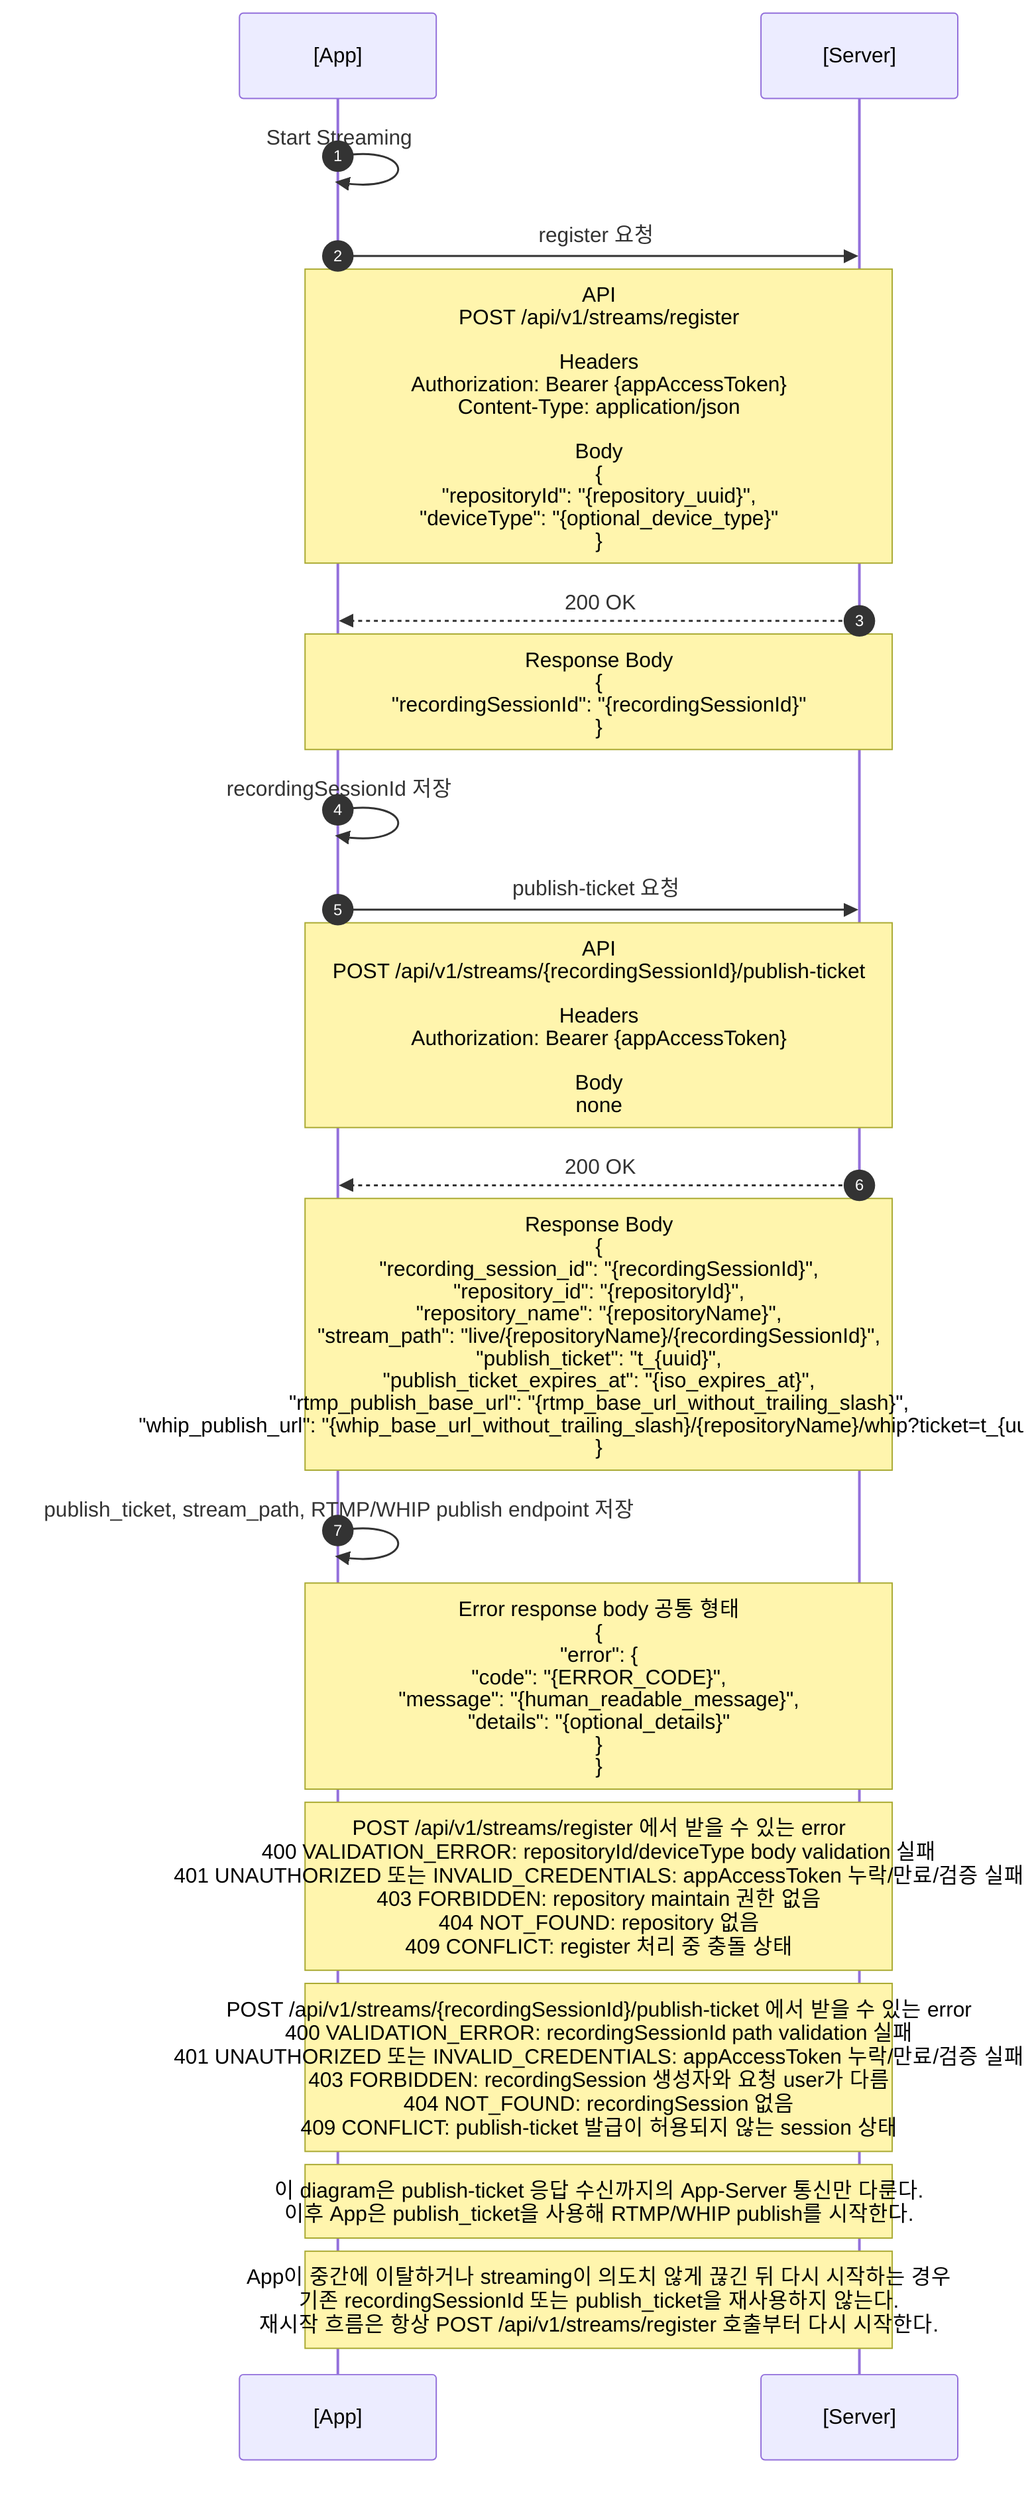
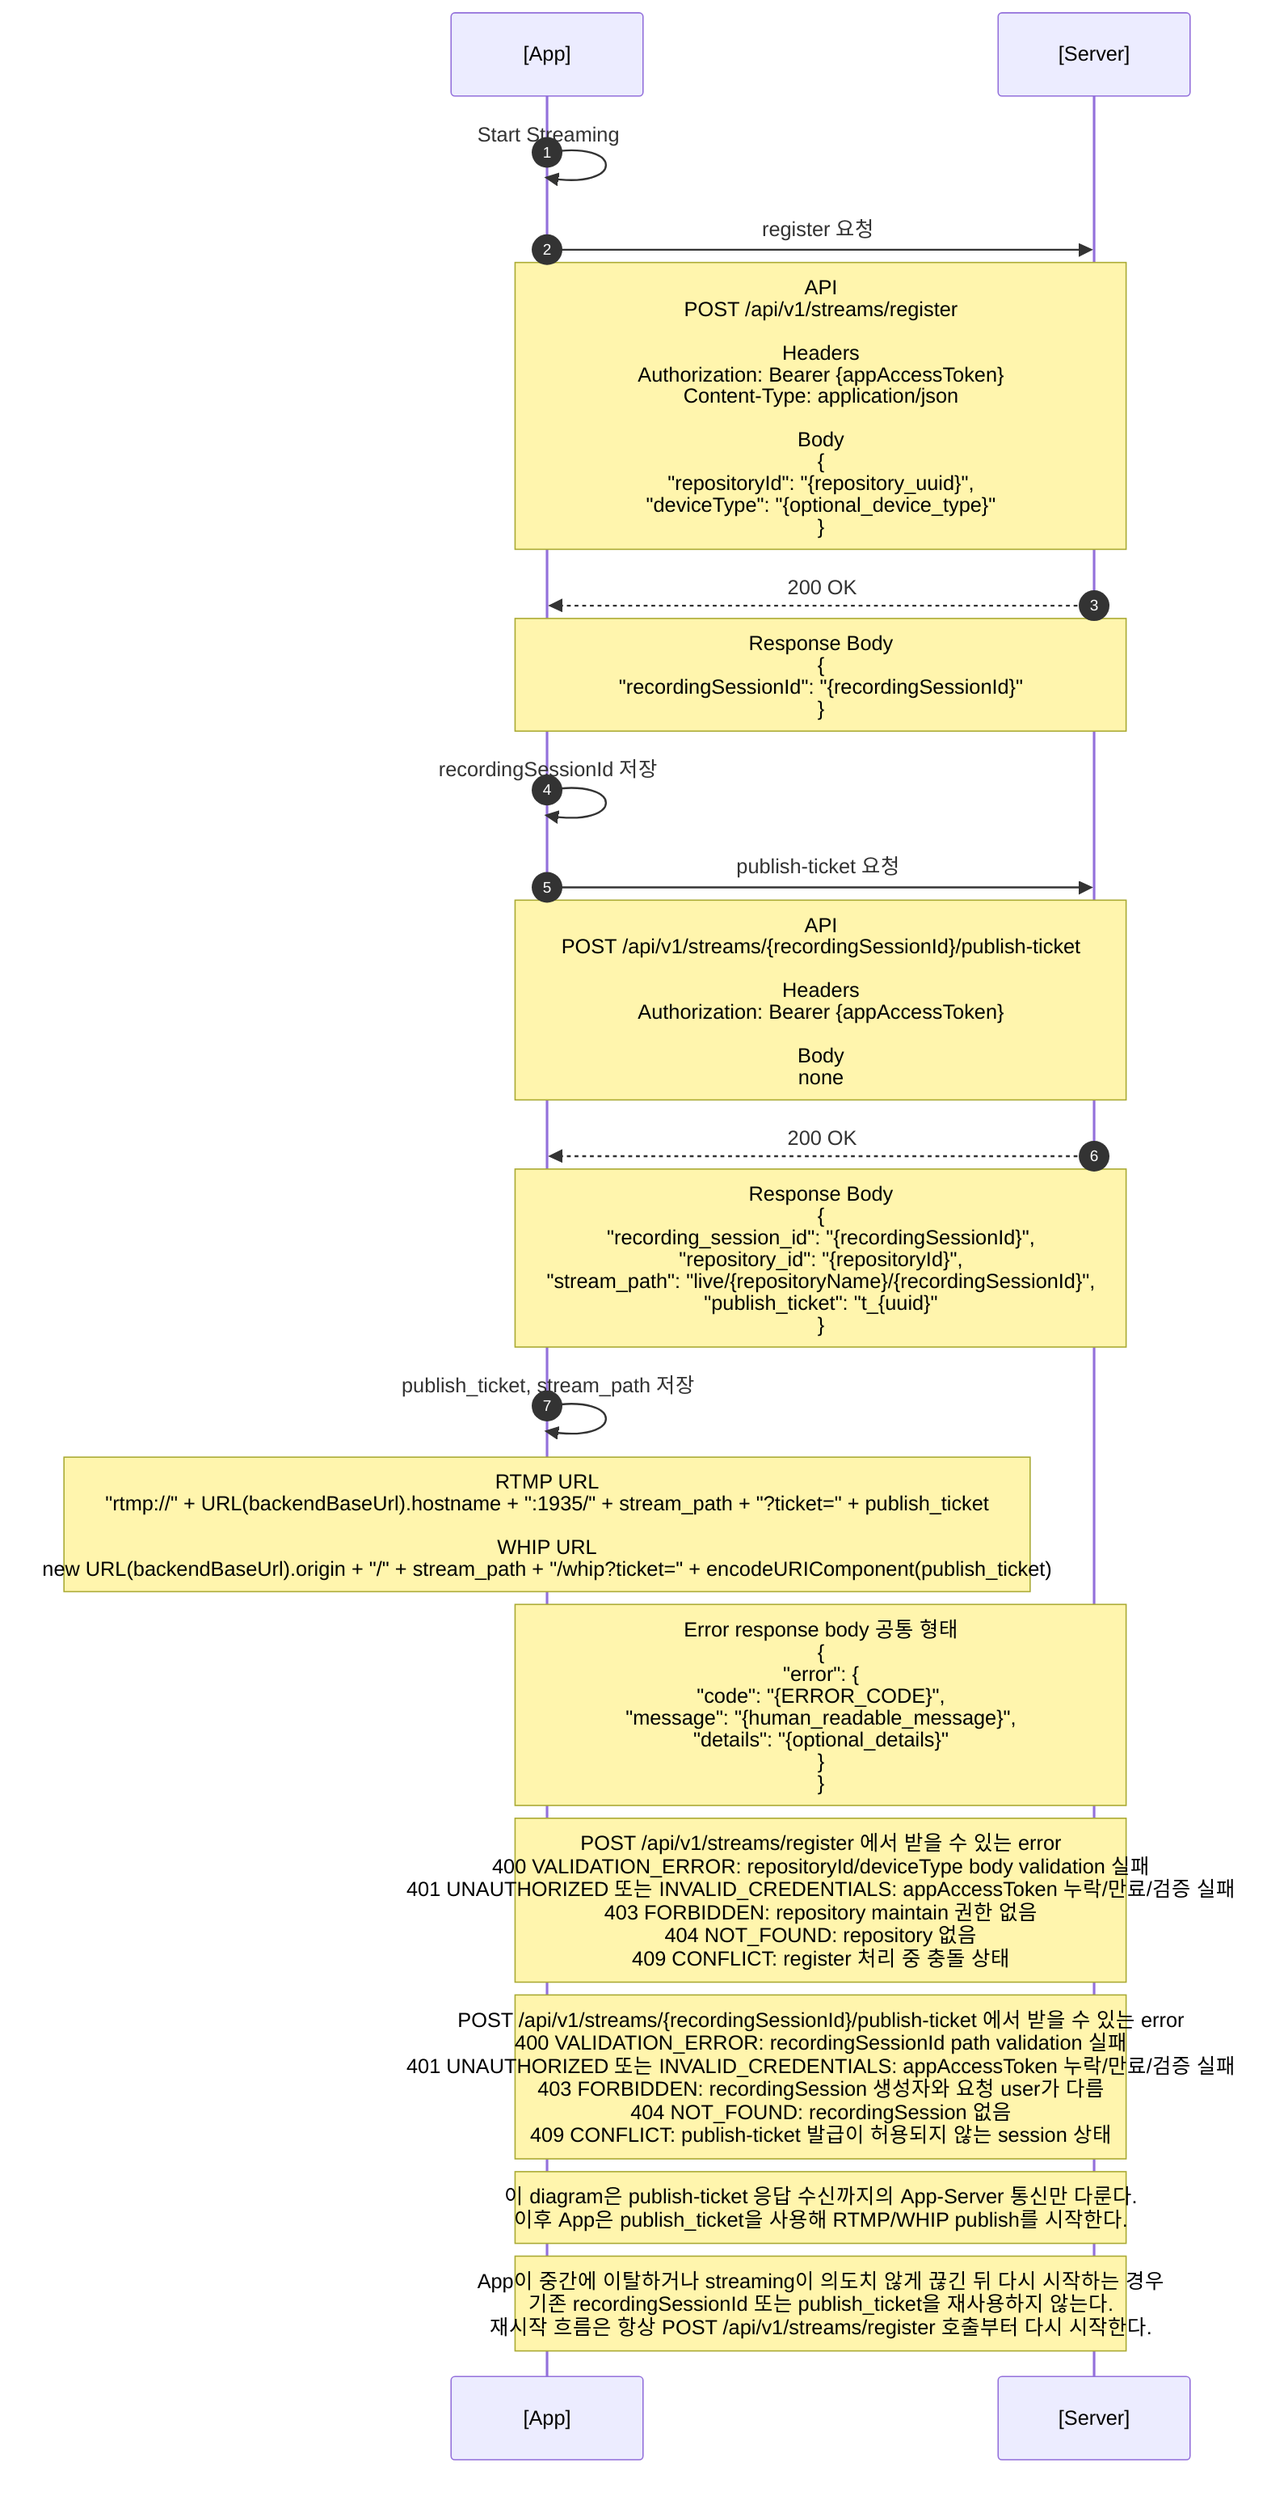
sequenceDiagram
  autonumber
  participant App as [App]
  participant Server as [Server]

  App->>App: Start Streaming

  App->>Server: register 요청
  Note over App,Server: API<br/>POST /api/v1/streams/register<br/><br/>Headers<br/>Authorization: Bearer {appAccessToken}<br/>Content-Type: application/json<br/><br/>Body<br/>{<br/>  "repositoryId": "{repository_uuid}",<br/>  "deviceType": "{optional_device_type}"<br/>}
  Server-->>App: 200 OK
  Note over App,Server: Response Body<br/>{<br/>  "recordingSessionId": "{recordingSessionId}"<br/>}
  App->>App: recordingSessionId 저장

  App->>Server: publish-ticket 요청
  Note over App,Server: API<br/>POST /api/v1/streams/{recordingSessionId}/publish-ticket<br/><br/>Headers<br/>Authorization: Bearer {appAccessToken}<br/><br/>Body<br/>none
  Server-->>App: 200 OK
-   Note over App,Server: Response Body<br/>{<br/>  "recording_session_id": "{recordingSessionId}",<br/>  "repository_id": "{repositoryId}",<br/>  "repository_name": "{repositoryName}",<br/>  "stream_path": "live/{repositoryName}/{recordingSessionId}",<br/>  "publish_ticket": "t_{uuid}",<br/>  "publish_ticket_expires_at": "{iso_expires_at}",<br/>  "rtmp_publish_base_url": "{rtmp_base_url_without_trailing_slash}",<br/>  "whip_publish_url": "{whip_base_url_without_trailing_slash}/{repositoryName}/whip?ticket=t_{uuid}"<br/>}
-   App->>App: publish_ticket, stream_path, RTMP/WHIP publish endpoint 저장
+   Note over App,Server: Response Body<br/>{<br/>  "recording_session_id": "{recordingSessionId}",<br/>  "repository_id": "{repositoryId}",<br/>  "stream_path": "live/{repositoryName}/{recordingSessionId}",<br/>  "publish_ticket": "t_{uuid}"<br/>}
+   App->>App: publish_ticket, stream_path 저장
+   Note over App: RTMP URL<br/>"rtmp://" + URL(backendBaseUrl).hostname + ":1935/" + stream_path + "?ticket=" + publish_ticket<br/><br/>WHIP URL<br/>new URL(backendBaseUrl).origin + "/" + stream_path + "/whip?ticket=" + encodeURIComponent(publish_ticket)

  Note over App,Server: Error response body 공통 형태<br/>{<br/>  "error": {<br/>    "code": "{ERROR_CODE}",<br/>    "message": "{human_readable_message}",<br/>    "details": "{optional_details}"<br/>  }<br/>}

  Note over App,Server: POST /api/v1/streams/register 에서 받을 수 있는 error<br/>400 VALIDATION_ERROR: repositoryId/deviceType body validation 실패<br/>401 UNAUTHORIZED 또는 INVALID_CREDENTIALS: appAccessToken 누락/만료/검증 실패<br/>403 FORBIDDEN: repository maintain 권한 없음<br/>404 NOT_FOUND: repository 없음<br/>409 CONFLICT: register 처리 중 충돌 상태

  Note over App,Server: POST /api/v1/streams/{recordingSessionId}/publish-ticket 에서 받을 수 있는 error<br/>400 VALIDATION_ERROR: recordingSessionId path validation 실패<br/>401 UNAUTHORIZED 또는 INVALID_CREDENTIALS: appAccessToken 누락/만료/검증 실패<br/>403 FORBIDDEN: recordingSession 생성자와 요청 user가 다름<br/>404 NOT_FOUND: recordingSession 없음<br/>409 CONFLICT: publish-ticket 발급이 허용되지 않는 session 상태

  Note over App,Server: 이 diagram은 publish-ticket 응답 수신까지의 App-Server 통신만 다룬다.<br/>이후 App은 publish_ticket을 사용해 RTMP/WHIP publish를 시작한다.
  Note over App,Server: App이 중간에 이탈하거나 streaming이 의도치 않게 끊긴 뒤 다시 시작하는 경우<br/>기존 recordingSessionId 또는 publish_ticket을 재사용하지 않는다.<br/>재시작 흐름은 항상 POST /api/v1/streams/register 호출부터 다시 시작한다.
